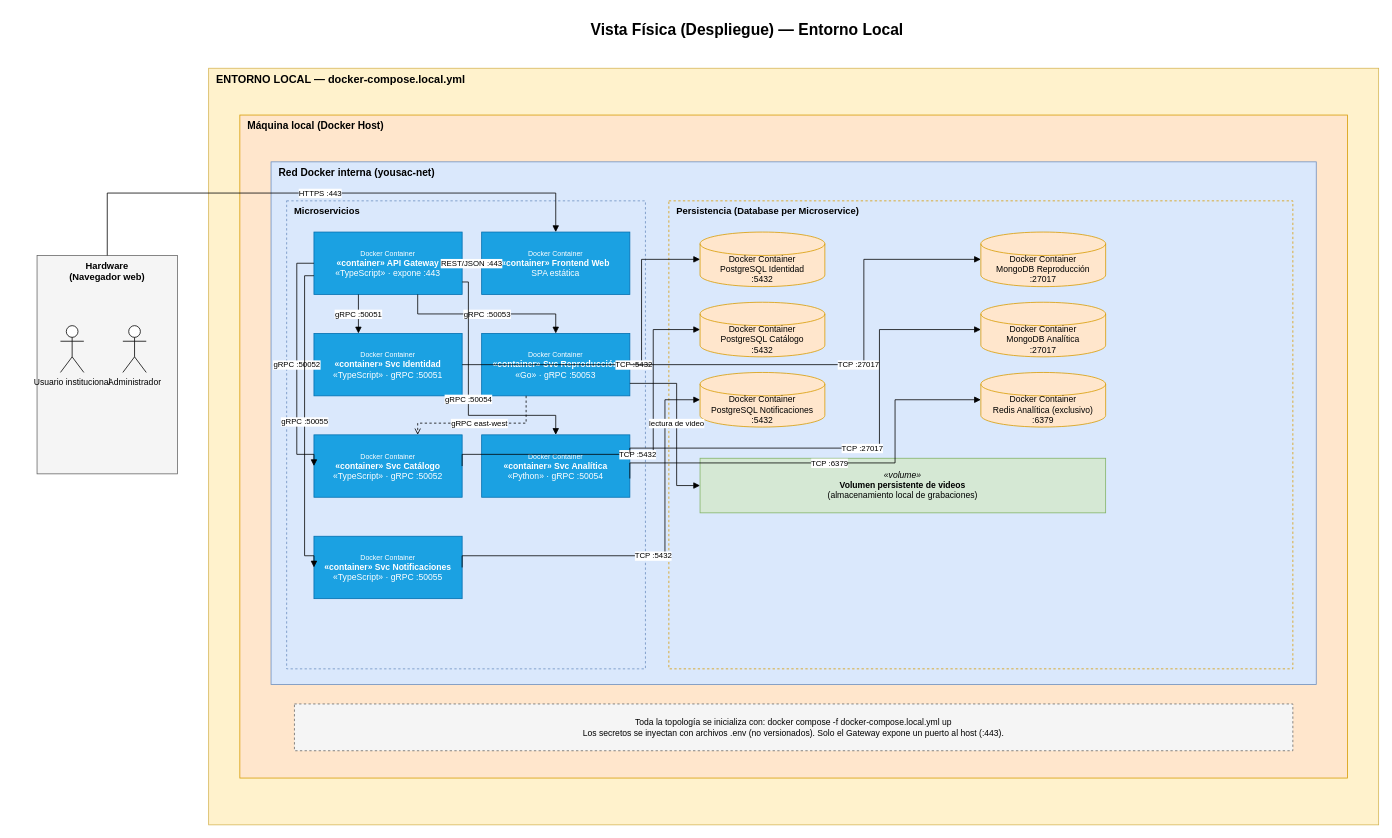
This is docs/arquitectura/img/vista-despliegue-local.drawio from AbdielOtzoy/SA_PROYECTO_202300350, a draw.io file, before an edit. Source tidied: cells renumbered, new cells numbered last; positions are measured from the earlier drawing's top-left corner, leaving out a move shared by most shapes. Both pictures are drawn from the tidied source at 78%, with x=0, y=0 at pixel (37, 13).
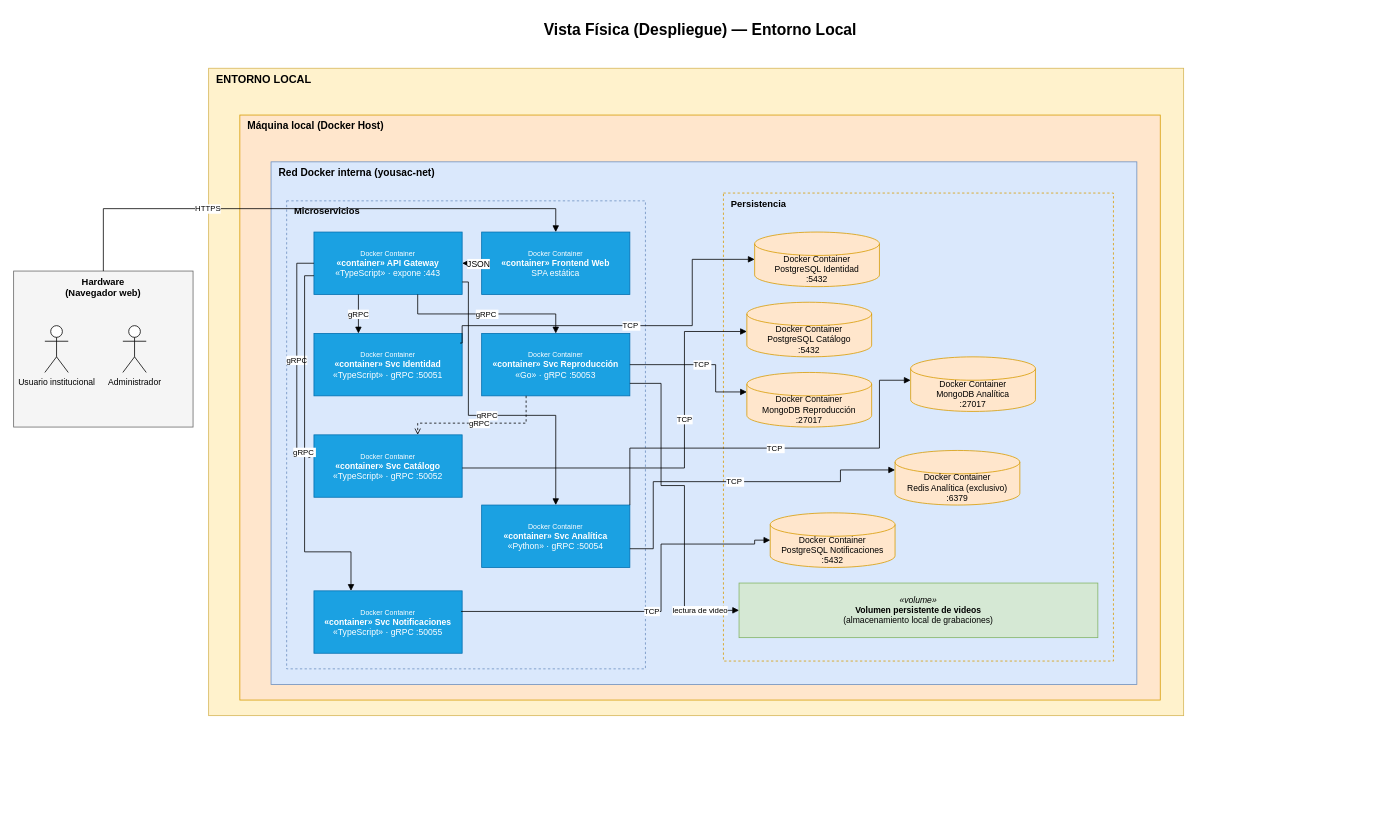
After the change.

The change refers to these unchanged cells:
```xml
<mxCell id="10" value="&lt;font style=&quot;font-size: 9px;&quot;&gt;Docker Container&lt;/font&gt;&lt;br&gt;&lt;b&gt;«container» API Gateway&lt;/b&gt;&lt;br&gt;«TypeScript» · expone :443" style="rounded=0;whiteSpace=wrap;html=1;fillColor=#1ba1e2;strokeColor=#006EAF;fontColor=#ffffff;fontSize=11;align=center;verticalAlign=middle;" parent="1" vertex="1">
  <mxGeometry x="355" y="280" width="190" height="80" as="geometry" />
</mxCell>
<mxCell id="11" value="&lt;font style=&quot;font-size: 9px;&quot;&gt;Docker Container&lt;/font&gt;&lt;br&gt;&lt;b&gt;«container» Frontend Web&lt;/b&gt;&lt;br&gt;SPA estática" style="rounded=0;whiteSpace=wrap;html=1;fillColor=#1ba1e2;strokeColor=#006EAF;fontColor=#ffffff;fontSize=11;align=center;verticalAlign=middle;" parent="1" vertex="1">
  <mxGeometry x="570" y="280" width="190" height="80" as="geometry" />
</mxCell>
<mxCell id="12" value="&lt;font style=&quot;font-size: 9px;&quot;&gt;Docker Container&lt;/font&gt;&lt;br&gt;&lt;b&gt;«container» Svc Identidad&lt;/b&gt;&lt;br&gt;«TypeScript» · gRPC :50051" style="rounded=0;whiteSpace=wrap;html=1;fillColor=#1ba1e2;strokeColor=#006EAF;fontColor=#ffffff;fontSize=11;align=center;verticalAlign=middle;" parent="1" vertex="1">
  <mxGeometry x="355" y="410" width="190" height="80" as="geometry" />
</mxCell>
<mxCell id="13" value="&lt;font style=&quot;font-size: 9px;&quot;&gt;Docker Container&lt;/font&gt;&lt;br&gt;&lt;b&gt;«container» Svc Reproducción&lt;/b&gt;&lt;br&gt;«Go» · gRPC :50053" style="rounded=0;whiteSpace=wrap;html=1;fillColor=#1ba1e2;strokeColor=#006EAF;fontColor=#ffffff;fontSize=11;align=center;verticalAlign=middle;" parent="1" vertex="1">
  <mxGeometry x="570" y="410" width="190" height="80" as="geometry" />
</mxCell>
<mxCell id="14" value="&lt;font style=&quot;font-size: 9px;&quot;&gt;Docker Container&lt;/font&gt;&lt;br&gt;&lt;b&gt;«container» Svc Catálogo&lt;/b&gt;&lt;br&gt;«TypeScript» · gRPC :50052" style="rounded=0;whiteSpace=wrap;html=1;fillColor=#1ba1e2;strokeColor=#006EAF;fontColor=#ffffff;fontSize=11;align=center;verticalAlign=middle;" parent="1" vertex="1">
  <mxGeometry x="355" y="540" width="190" height="80" as="geometry" />
</mxCell>
```

What changed in the source:
```diff
@@
     <mxCell id="2" value="Vista Física (Despliegue) — Entorno Local" style="text;html=1;align=center;verticalAlign=middle;fontSize=20;fontStyle=1;" parent="1" vertex="1">
-      <mxGeometry x="610" width="600" height="40" as="geometry" />
+      <mxGeometry x="550" width="600" height="40" as="geometry" />
     </mxCell>
     <mxCell id="3" value="Hardware&lt;br&gt;(Navegador web)" style="rounded=0;whiteSpace=wrap;html=1;fillColor=#f5f5f5;strokeColor=#666666;verticalAlign=top;align=center;fontSize=12;fontStyle=1;" parent="1" vertex="1">
-      <mxGeometry y="310" width="180" height="280" as="geometry" />
+      <mxGeometry x="-30" y="330" width="230" height="200" as="geometry" />
     </mxCell>
     <mxCell id="4" value="Usuario institucional" style="shape=umlActor;verticalLabelPosition=bottom;verticalAlign=top;html=1;fontSize=11;" parent="1" vertex="1">
-      <mxGeometry x="30" y="400" width="30" height="60" as="geometry" />
+      <mxGeometry x="10" y="400" width="30" height="60" as="geometry" />
     </mxCell>
@@
-    <mxCell id="6" value="ENTORNO LOCAL — docker-compose.local.yml" style="rounded=0;whiteSpace=wrap;html=1;fillColor=#fff2cc;strokeColor=#d6b656;verticalAlign=top;align=left;spacingLeft=8;fontSize=14;fontStyle=1;" parent="1" vertex="1">
-      <mxGeometry x="220" y="70" width="1500" height="970" as="geometry" />
+    <mxCell id="6" value="ENTORNO LOCAL" style="rounded=0;whiteSpace=wrap;html=1;fillColor=#fff2cc;strokeColor=#d6b656;verticalAlign=top;align=left;spacingLeft=8;fontSize=14;fontStyle=1;" parent="1" vertex="1">
+      <mxGeometry x="220" y="70" width="1250" height="830" as="geometry" />
     </mxCell>
     <mxCell id="7" value="Máquina local (Docker Host)" style="rounded=0;whiteSpace=wrap;html=1;fillColor=#ffe6cc;strokeColor=#d79b00;verticalAlign=top;align=left;spacingLeft=8;fontSize=13;fontStyle=1;" parent="1" vertex="1">
-      <mxGeometry x="260" y="130" width="1420" height="850" as="geometry" />
+      <mxGeometry x="260" y="130" width="1180" height="750" as="geometry" />
     </mxCell>
     <mxCell id="8" value="Red Docker interna (yousac-net)" style="rounded=0;whiteSpace=wrap;html=1;fillColor=#dae8fc;strokeColor=#6c8ebf;verticalAlign=top;align=left;spacingLeft=8;fontSize=13;fontStyle=1;" parent="1" vertex="1">
-      <mxGeometry x="300" y="190" width="1340" height="670" as="geometry" />
+      <mxGeometry x="300" y="190" width="1110" height="670" as="geometry" />
     </mxCell>
@@
     <mxCell id="15" value="&lt;font style=&quot;font-size: 9px;&quot;&gt;Docker Container&lt;/font&gt;&lt;br&gt;&lt;b&gt;«container» Svc Analítica&lt;/b&gt;&lt;br&gt;«Python» · gRPC :50054" style="rounded=0;whiteSpace=wrap;html=1;fillColor=#1ba1e2;strokeColor=#006EAF;fontColor=#ffffff;fontSize=11;align=center;verticalAlign=middle;" parent="1" vertex="1">
-      <mxGeometry x="570" y="540" width="190" height="80" as="geometry" />
+      <mxGeometry x="570" y="630" width="190" height="80" as="geometry" />
     </mxCell>
     <mxCell id="16" value="&lt;font style=&quot;font-size: 9px;&quot;&gt;Docker Container&lt;/font&gt;&lt;br&gt;&lt;b&gt;«container» Svc Notificaciones&lt;/b&gt;&lt;br&gt;«TypeScript» · gRPC :50055" style="rounded=0;whiteSpace=wrap;html=1;fillColor=#1ba1e2;strokeColor=#006EAF;fontColor=#ffffff;fontSize=11;align=center;verticalAlign=middle;" parent="1" vertex="1">
-      <mxGeometry x="355" y="670" width="190" height="80" as="geometry" />
+      <mxGeometry x="355" y="740" width="190" height="80" as="geometry" />
     </mxCell>
-    <mxCell id="17" value="Persistencia (Database per Microservice)" style="rounded=0;whiteSpace=wrap;html=1;fillColor=none;strokeColor=#d79b00;verticalAlign=top;align=left;spacingLeft=8;fontSize=12;fontStyle=1;dashed=1;" parent="1" vertex="1">
-      <mxGeometry x="810" y="240" width="800" height="600" as="geometry" />
+    <mxCell id="17" value="Persistencia" style="rounded=0;whiteSpace=wrap;html=1;fillColor=none;strokeColor=#d79b00;verticalAlign=top;align=left;spacingLeft=8;fontSize=12;fontStyle=1;dashed=1;" parent="1" vertex="1">
+      <mxGeometry x="880" y="230" width="500" height="600" as="geometry" />
     </mxCell>
     <mxCell id="18" value="Docker Container&lt;br&gt;PostgreSQL Identidad&lt;br&gt;:5432" style="shape=cylinder3;whiteSpace=wrap;html=1;boundedLbl=1;backgroundOutline=1;size=15;fontSize=11;align=center;fillColor=#ffe6cc;strokeColor=#d79b00;" parent="1" vertex="1">
-      <mxGeometry x="850" y="280" width="160" height="70" as="geometry" />
+      <mxGeometry x="920" y="280" width="160" height="70" as="geometry" />
     </mxCell>
     <mxCell id="19" value="Docker Container&lt;br&gt;PostgreSQL Catálogo&lt;br&gt;:5432" style="shape=cylinder3;whiteSpace=wrap;html=1;boundedLbl=1;backgroundOutline=1;size=15;fontSize=11;align=center;fillColor=#ffe6cc;strokeColor=#d79b00;" parent="1" vertex="1">
-      <mxGeometry x="850" y="370" width="160" height="70" as="geometry" />
+      <mxGeometry x="910" y="370" width="160" height="70" as="geometry" />
     </mxCell>
     <mxCell id="20" value="Docker Container&lt;br&gt;PostgreSQL Notificaciones&lt;br&gt;:5432" style="shape=cylinder3;whiteSpace=wrap;html=1;boundedLbl=1;backgroundOutline=1;size=15;fontSize=11;align=center;fillColor=#ffe6cc;strokeColor=#d79b00;" parent="1" vertex="1">
-      <mxGeometry x="850" y="460" width="160" height="70" as="geometry" />
+      <mxGeometry x="940" y="640" width="160" height="70" as="geometry" />
     </mxCell>
     <mxCell id="21" value="Docker Container&lt;br&gt;MongoDB Reproducción&lt;br&gt;:27017" style="shape=cylinder3;whiteSpace=wrap;html=1;boundedLbl=1;backgroundOutline=1;size=15;fontSize=11;align=center;fillColor=#ffe6cc;strokeColor=#d79b00;" parent="1" vertex="1">
-      <mxGeometry x="1210" y="280" width="160" height="70" as="geometry" />
+      <mxGeometry x="910" y="460" width="160" height="70" as="geometry" />
     </mxCell>
     <mxCell id="22" value="Docker Container&lt;br&gt;MongoDB Analítica&lt;br&gt;:27017" style="shape=cylinder3;whiteSpace=wrap;html=1;boundedLbl=1;backgroundOutline=1;size=15;fontSize=11;align=center;fillColor=#ffe6cc;strokeColor=#d79b00;" parent="1" vertex="1">
-      <mxGeometry x="1210" y="370" width="160" height="70" as="geometry" />
+      <mxGeometry x="1120" y="440" width="160" height="70" as="geometry" />
     </mxCell>
     <mxCell id="23" value="Docker Container&lt;br&gt;Redis Analítica (exclusivo)&lt;br&gt;:6379" style="shape=cylinder3;whiteSpace=wrap;html=1;boundedLbl=1;backgroundOutline=1;size=15;fontSize=11;align=center;fillColor=#ffe6cc;strokeColor=#d79b00;" parent="1" vertex="1">
-      <mxGeometry x="1210" y="460" width="160" height="70" as="geometry" />
+      <mxGeometry x="1100" y="560" width="160" height="70" as="geometry" />
     </mxCell>
     <mxCell id="24" value="&lt;i&gt;«volume»&lt;/i&gt;&lt;br&gt;&lt;b&gt;Volumen persistente de videos&lt;/b&gt;&lt;br&gt;(almacenamiento local de grabaciones)" style="rounded=0;whiteSpace=wrap;html=1;fillColor=#d5e8d4;strokeColor=#82b366;fontSize=11;align=center;verticalAlign=middle;" parent="1" vertex="1">
-      <mxGeometry x="850" y="570" width="520" height="70" as="geometry" />
+      <mxGeometry x="900" y="730" width="460" height="70" as="geometry" />
     </mxCell>
-    <mxCell id="25" value="Toda la topología se inicializa con: docker compose -f docker-compose.local.yml up&lt;br&gt;Los secretos se inyectan con archivos .env (no versionados). Solo el Gateway expone un puerto al host (:443)." style="rounded=0;whiteSpace=wrap;html=1;fillColor=#f5f5f5;strokeColor=#666666;dashed=1;fontSize=11;align=center;verticalAlign=middle;" parent="1" vertex="1">
-      <mxGeometry x="330" y="885" width="1280" height="60" as="geometry" />
-    </mxCell>
-    <mxCell id="26" value="HTTPS :443" style="edgeStyle=orthogonalEdgeStyle;rounded=0;html=1;endArrow=block;endFill=1;fontSize=10;labelBackgroundColor=#ffffff;exitX=0.5;exitY=0;exitDx=0;exitDy=0;entryX=0.5;entryY=0;entryDx=0;entryDy=0;" parent="1" edge="1" source="3" target="11">
-      <mxGeometry relative="1" as="geometry">
+    <mxCell id="26" value="HTTPS" style="edgeStyle=orthogonalEdgeStyle;rounded=0;html=1;endArrow=block;endFill=1;fontSize=10;labelBackgroundColor=#ffffff;exitX=0.5;exitY=0;exitDx=0;exitDy=0;entryX=0.5;entryY=0;entryDx=0;entryDy=0;" parent="1" edge="1" source="3" target="11">
+      <mxGeometry x="-0.38" relative="1" as="geometry">
         <Array as="points">
-          <mxPoint x="665" y="230" />
+          <mxPoint x="85" y="250" />
+          <mxPoint x="665" y="250" />
         </Array>
       </mxGeometry>
     </mxCell>
-    <mxCell id="27" value="REST/JSON :443" style="edgeStyle=orthogonalEdgeStyle;rounded=0;html=1;endArrow=block;endFill=1;fontSize=10;labelBackgroundColor=#ffffff;exitX=0;exitY=0.5;exitDx=0;exitDy=0;entryX=1;entryY=0.5;entryDx=0;entryDy=0;" parent="1" edge="1" source="11" target="10">
+    <mxCell id="27" style="edgeStyle=orthogonalEdgeStyle;rounded=0;html=1;endArrow=block;endFill=1;fontSize=10;labelBackgroundColor=#ffffff;exitX=0;exitY=0.5;exitDx=0;exitDy=0;entryX=1;entryY=0.5;entryDx=0;entryDy=0;" parent="1" edge="1" source="11" target="10">
       <mxGeometry relative="1" as="geometry" />
     </mxCell>
+    <mxCell id="41" value="JSON" style="edgeLabel;html=1;align=center;verticalAlign=middle;" parent="27" vertex="1">
+      <mxGeometry x="-0.6" relative="1" as="geometry" />
+    </mxCell>
-    <mxCell id="28" value="gRPC :50051" style="edgeStyle=orthogonalEdgeStyle;rounded=0;html=1;endArrow=block;endFill=1;fontSize=10;labelBackgroundColor=#ffffff;exitX=0.3;exitY=1;exitDx=0;exitDy=0;entryX=0.3;entryY=0;entryDx=0;entryDy=0;" parent="1" edge="1" source="10" target="12">
+    <mxCell id="28" value="gRPC" style="edgeStyle=orthogonalEdgeStyle;rounded=0;html=1;endArrow=block;endFill=1;fontSize=10;labelBackgroundColor=#ffffff;exitX=0.3;exitY=1;exitDx=0;exitDy=0;entryX=0.3;entryY=0;entryDx=0;entryDy=0;" parent="1" edge="1" source="10" target="12">
       <mxGeometry relative="1" as="geometry" />
     </mxCell>
-    <mxCell id="29" value="gRPC :50052" style="edgeStyle=orthogonalEdgeStyle;rounded=0;html=1;endArrow=block;endFill=1;fontSize=10;labelBackgroundColor=#ffffff;exitX=0;exitY=0.5;exitDx=0;exitDy=0;entryX=0;entryY=0.5;entryDx=0;entryDy=0;" parent="1" edge="1" source="10" target="14">
+    <mxCell id="29" value="gRPC" style="edgeStyle=orthogonalEdgeStyle;rounded=0;html=1;endArrow=block;endFill=1;fontSize=10;labelBackgroundColor=#ffffff;exitX=0;exitY=0.5;exitDx=0;exitDy=0;entryX=0.008;entryY=0.321;entryDx=0;entryDy=0;entryPerimeter=0;" parent="1" edge="1" source="10" target="14">
       <mxGeometry relative="1" as="geometry">
         <Array as="points">
           <mxPoint x="333" y="320" />
-          <mxPoint x="333" y="565" />
+          <mxPoint x="333" y="565.7" />
         </Array>
       </mxGeometry>
     </mxCell>
-    <mxCell id="30" value="gRPC :50055" style="edgeStyle=orthogonalEdgeStyle;rounded=0;html=1;endArrow=block;endFill=1;fontSize=10;labelBackgroundColor=#ffffff;exitX=0;exitY=0.7;exitDx=0;exitDy=0;entryX=0;entryY=0.5;entryDx=0;entryDy=0;" parent="1" edge="1" source="10" target="16">
+    <mxCell id="30" value="gRPC&amp;nbsp;" style="edgeStyle=orthogonalEdgeStyle;rounded=0;html=1;endArrow=block;endFill=1;fontSize=10;labelBackgroundColor=#ffffff;exitX=0;exitY=0.7;exitDx=0;exitDy=0;entryX=0.25;entryY=0;entryDx=0;entryDy=0;" parent="1" edge="1" source="10" target="16">
       <mxGeometry relative="1" as="geometry">
         <Array as="points">
           <mxPoint x="343" y="336" />
-          <mxPoint x="343" y="695" />
+          <mxPoint x="343" y="690" />
+          <mxPoint x="402.5" y="690" />
         </Array>
       </mxGeometry>
     </mxCell>
-    <mxCell id="31" value="gRPC :50053" style="edgeStyle=orthogonalEdgeStyle;rounded=0;html=1;endArrow=block;endFill=1;fontSize=10;labelBackgroundColor=#ffffff;exitX=0.7;exitY=1;exitDx=0;exitDy=0;entryX=0.5;entryY=0;entryDx=0;entryDy=0;" parent="1" edge="1" source="10" target="13">
+    <mxCell id="31" value="&lt;span&gt;gRPC&amp;nbsp;&lt;/span&gt;" style="edgeStyle=orthogonalEdgeStyle;rounded=0;html=1;endArrow=block;endFill=1;fontSize=10;labelBackgroundColor=#ffffff;exitX=0.7;exitY=1;exitDx=0;exitDy=0;entryX=0.5;entryY=0;entryDx=0;entryDy=0;" parent="1" edge="1" source="10" target="13">
       <mxGeometry relative="1" as="geometry">
         <Array as="points">
           <mxPoint x="488" y="385" />
           <mxPoint x="665" y="385" />
         </Array>
       </mxGeometry>
     </mxCell>
-    <mxCell id="32" value="gRPC :50054" style="edgeStyle=orthogonalEdgeStyle;rounded=0;html=1;endArrow=block;endFill=1;fontSize=10;labelBackgroundColor=#ffffff;exitX=1;exitY=0.8;exitDx=0;exitDy=0;entryX=0.5;entryY=0;entryDx=0;entryDy=0;" parent="1" edge="1" source="10" target="15">
+    <mxCell id="32" value="gRPC" style="edgeStyle=orthogonalEdgeStyle;rounded=0;html=1;endArrow=block;endFill=1;fontSize=10;labelBackgroundColor=#ffffff;exitX=1;exitY=0.8;exitDx=0;exitDy=0;entryX=0.5;entryY=0;entryDx=0;entryDy=0;" parent="1" edge="1" source="10" target="15">
       <mxGeometry relative="1" as="geometry">
         <Array as="points">
           <mxPoint x="553" y="344" />
           <mxPoint x="553" y="515" />
           <mxPoint x="665" y="515" />
         </Array>
       </mxGeometry>
     </mxCell>
-    <mxCell id="33" value="TCP :5432" style="edgeStyle=orthogonalEdgeStyle;rounded=0;html=1;endArrow=block;endFill=1;fontSize=10;labelBackgroundColor=#ffffff;exitX=1;exitY=0.5;exitDx=0;exitDy=0;entryX=0;entryY=0.5;entryDx=0;entryDy=0;" parent="1" edge="1" source="12" target="18">
+    <mxCell id="33" value="TCP&amp;nbsp;" style="edgeStyle=orthogonalEdgeStyle;rounded=0;html=1;endArrow=block;endFill=1;fontSize=10;labelBackgroundColor=#ffffff;exitX=0.986;exitY=0.154;exitDx=0;exitDy=0;entryX=0;entryY=0.5;entryDx=0;entryDy=0;exitPerimeter=0;" parent="1" edge="1" source="12" target="18">
       <mxGeometry relative="1" as="geometry">
         <Array as="points">
-          <mxPoint x="775" y="450" />
-          <mxPoint x="775" y="315" />
+          <mxPoint x="545" y="422.3" />
+          <mxPoint x="545" y="400" />
+          <mxPoint x="840" y="400" />
+          <mxPoint x="840" y="315.1" />
         </Array>
       </mxGeometry>
     </mxCell>
-    <mxCell id="34" value="TCP :5432" style="edgeStyle=orthogonalEdgeStyle;rounded=0;html=1;endArrow=block;endFill=1;fontSize=10;labelBackgroundColor=#ffffff;exitX=1;exitY=0.5;exitDx=0;exitDy=0;entryX=0;entryY=0.5;entryDx=0;entryDy=0;" parent="1" edge="1" source="14" target="19">
-      <mxGeometry relative="1" as="geometry">
+    <mxCell id="34" value="TCP" style="edgeStyle=orthogonalEdgeStyle;rounded=0;html=1;endArrow=block;endFill=1;fontSize=10;labelBackgroundColor=#ffffff;exitX=1;exitY=0.5;exitDx=0;exitDy=0;entryX=0;entryY=0.5;entryDx=0;entryDy=0;" parent="1" edge="1">
+      <mxGeometry x="0.29" relative="1" as="geometry">
+        <mxPoint x="545" y="582.5" as="sourcePoint" />
+        <mxPoint x="910" y="407.5" as="targetPoint" />
         <Array as="points">
-          <mxPoint x="790" y="565" />
-          <mxPoint x="790" y="405" />
+          <mxPoint x="830" y="582.5" />
+          <mxPoint x="830" y="407.5" />
         </Array>
       </mxGeometry>
     </mxCell>
-    <mxCell id="35" value="TCP :5432" style="edgeStyle=orthogonalEdgeStyle;rounded=0;html=1;endArrow=block;endFill=1;fontSize=10;labelBackgroundColor=#ffffff;exitX=1;exitY=0.5;exitDx=0;exitDy=0;entryX=0;entryY=0.5;entryDx=0;entryDy=0;" parent="1" edge="1" source="16" target="20">
+    <mxCell id="35" value="TCP" style="edgeStyle=orthogonalEdgeStyle;rounded=0;html=1;endArrow=block;endFill=1;fontSize=10;labelBackgroundColor=#ffffff;exitX=0.993;exitY=0.33;exitDx=0;exitDy=0;entryX=0;entryY=0.5;entryDx=0;entryDy=0;exitPerimeter=0;" parent="1" edge="1" source="16" target="20">
       <mxGeometry relative="1" as="geometry">
         <Array as="points">
-          <mxPoint x="805" y="695" />
-          <mxPoint x="805" y="495" />
+          <mxPoint x="800" y="766.4" />
+          <mxPoint x="800" y="680" />
+          <mxPoint x="920" y="680" />
+          <mxPoint x="920" y="675" />
         </Array>
       </mxGeometry>
     </mxCell>
-    <mxCell id="36" value="TCP :27017" style="edgeStyle=orthogonalEdgeStyle;rounded=0;html=1;endArrow=block;endFill=1;fontSize=10;labelBackgroundColor=#ffffff;exitX=1;exitY=0.5;exitDx=0;exitDy=0;entryX=0;entryY=0.5;entryDx=0;entryDy=0;" parent="1" edge="1" source="13" target="21">
+    <mxCell id="36" value="TCP&amp;nbsp;" style="edgeStyle=orthogonalEdgeStyle;rounded=0;html=1;endArrow=block;endFill=1;fontSize=10;labelBackgroundColor=#ffffff;exitX=1;exitY=0.5;exitDx=0;exitDy=0;entryX=0;entryY=0;entryDx=0;entryDy=25;entryPerimeter=0;" parent="1" edge="1" source="13" target="21">
       <mxGeometry relative="1" as="geometry">
         <Array as="points">
-          <mxPoint x="1060" y="450" />
-          <mxPoint x="1060" y="315" />
+          <mxPoint x="870" y="450" />
+          <mxPoint x="870" y="485" />
         </Array>
       </mxGeometry>
     </mxCell>
-    <mxCell id="37" value="TCP :27017" style="edgeStyle=orthogonalEdgeStyle;rounded=0;html=1;endArrow=block;endFill=1;fontSize=10;labelBackgroundColor=#ffffff;exitX=1;exitY=0.3;exitDx=0;exitDy=0;entryX=0;entryY=0.5;entryDx=0;entryDy=0;" parent="1" edge="1" source="15" target="22">
+    <mxCell id="37" value="TCP&amp;nbsp;" style="edgeStyle=orthogonalEdgeStyle;rounded=0;html=1;endArrow=block;endFill=1;fontSize=10;labelBackgroundColor=#ffffff;exitX=1;exitY=0;exitDx=0;exitDy=0;" parent="1" edge="1" source="15" target="22">
       <mxGeometry relative="1" as="geometry">
         <Array as="points">
+          <mxPoint x="760" y="557" />
           <mxPoint x="1080" y="557" />
-          <mxPoint x="1080" y="405" />
+          <mxPoint x="1080" y="470" />
         </Array>
       </mxGeometry>
     </mxCell>
-    <mxCell id="38" value="TCP :6379" style="edgeStyle=orthogonalEdgeStyle;rounded=0;html=1;endArrow=block;endFill=1;fontSize=10;labelBackgroundColor=#ffffff;exitX=1;exitY=0.7;exitDx=0;exitDy=0;entryX=0;entryY=0.5;entryDx=0;entryDy=0;" parent="1" edge="1" source="15" target="23">
+    <mxCell id="38" value="TCP&amp;nbsp;" style="edgeStyle=orthogonalEdgeStyle;rounded=0;html=1;endArrow=block;endFill=1;fontSize=10;labelBackgroundColor=#ffffff;exitX=1;exitY=0.7;exitDx=0;exitDy=0;entryX=0;entryY=0;entryDx=0;entryDy=25;entryPerimeter=0;" parent="1" edge="1" source="15" target="23">
       <mxGeometry relative="1" as="geometry">
         <Array as="points">
-          <mxPoint x="1100" y="576" />
-          <mxPoint x="1100" y="495" />
+          <mxPoint x="790" y="686" />
+          <mxPoint x="790" y="600" />
+          <mxPoint x="1030" y="600" />
+          <mxPoint x="1030" y="585" />
         </Array>
       </mxGeometry>
     </mxCell>
     <mxCell id="39" value="lectura de video" style="edgeStyle=orthogonalEdgeStyle;rounded=0;html=1;endArrow=block;endFill=1;fontSize=10;labelBackgroundColor=#ffffff;exitX=1;exitY=0.8;exitDx=0;exitDy=0;entryX=0;entryY=0.5;entryDx=0;entryDy=0;" parent="1" edge="1" source="13" target="24">
-      <mxGeometry relative="1" as="geometry">
+      <mxGeometry x="0.77" relative="1" as="geometry">
         <Array as="points">
-          <mxPoint x="820" y="474" />
-          <mxPoint x="820" y="605" />
+          <mxPoint x="800" y="474" />
+          <mxPoint x="800" y="605" />
+          <mxPoint x="830" y="605" />
+          <mxPoint x="830" y="765" />
         </Array>
       </mxGeometry>
     </mxCell>
-    <mxCell id="40" value="gRPC east-west" style="edgeStyle=orthogonalEdgeStyle;rounded=0;html=1;endArrow=open;endFill=0;dashed=1;fontSize=10;labelBackgroundColor=#ffffff;exitX=0.3;exitY=1;exitDx=0;exitDy=0;entryX=0.7;entryY=0;entryDx=0;entryDy=0;" parent="1" edge="1" source="13" target="14">
+    <mxCell id="40" value="gRPC" style="edgeStyle=orthogonalEdgeStyle;rounded=0;html=1;endArrow=open;endFill=0;dashed=1;fontSize=10;labelBackgroundColor=#ffffff;exitX=0.3;exitY=1;exitDx=0;exitDy=0;entryX=0.7;entryY=0;entryDx=0;entryDy=0;" parent="1" edge="1" source="13" target="14">
       <mxGeometry relative="1" as="geometry">
         <Array as="points">
           <mxPoint x="627" y="525" />
           <mxPoint x="488" y="525" />
         </Array>
       </mxGeometry>
     </mxCell>
```
